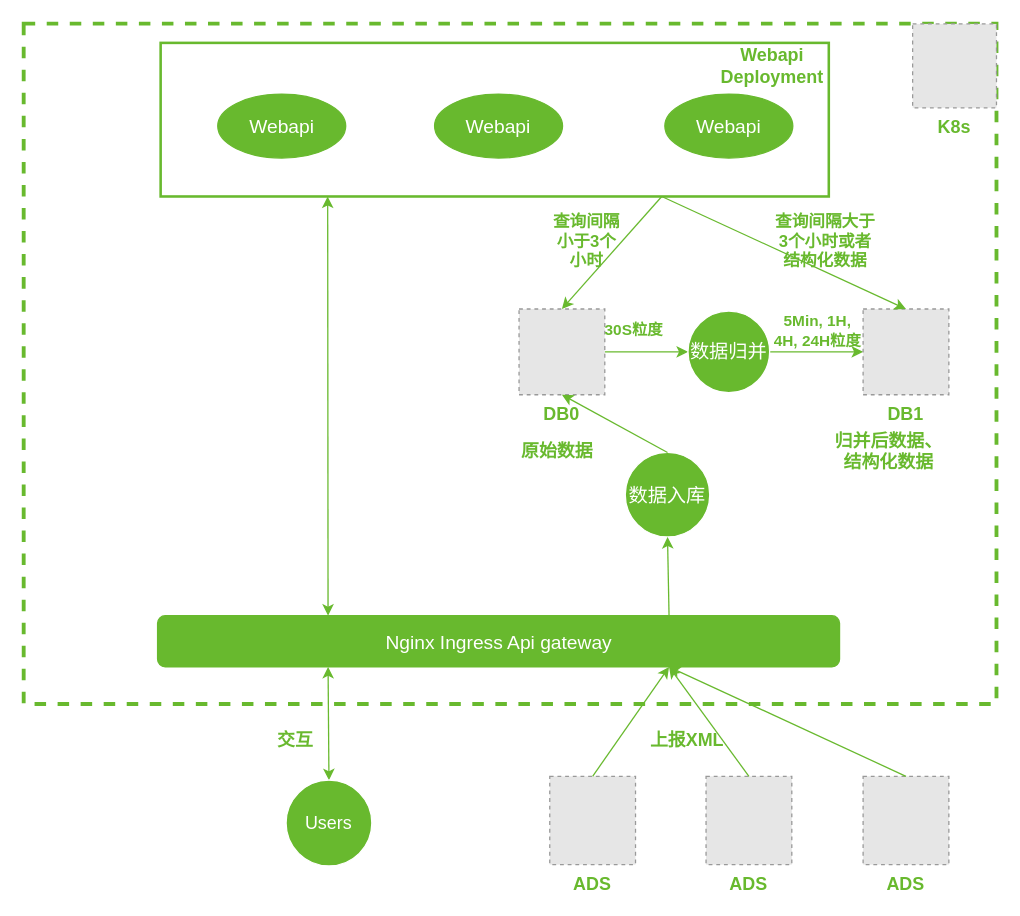
Above: arch.drawio in caihuayu0322/drawio-github (draw.io), before the change. Source tidied: cells renumbered, new cells numbered last; positions are measured from the earlier drawing's top-left corner, leaving out a move shared by most shapes. Both pictures are drawn from the tidied source at 128%, with x=0, y=0 at pixel (23, 23). Pictures stored in the file or linked from it are replaced by grey dashed boxes.
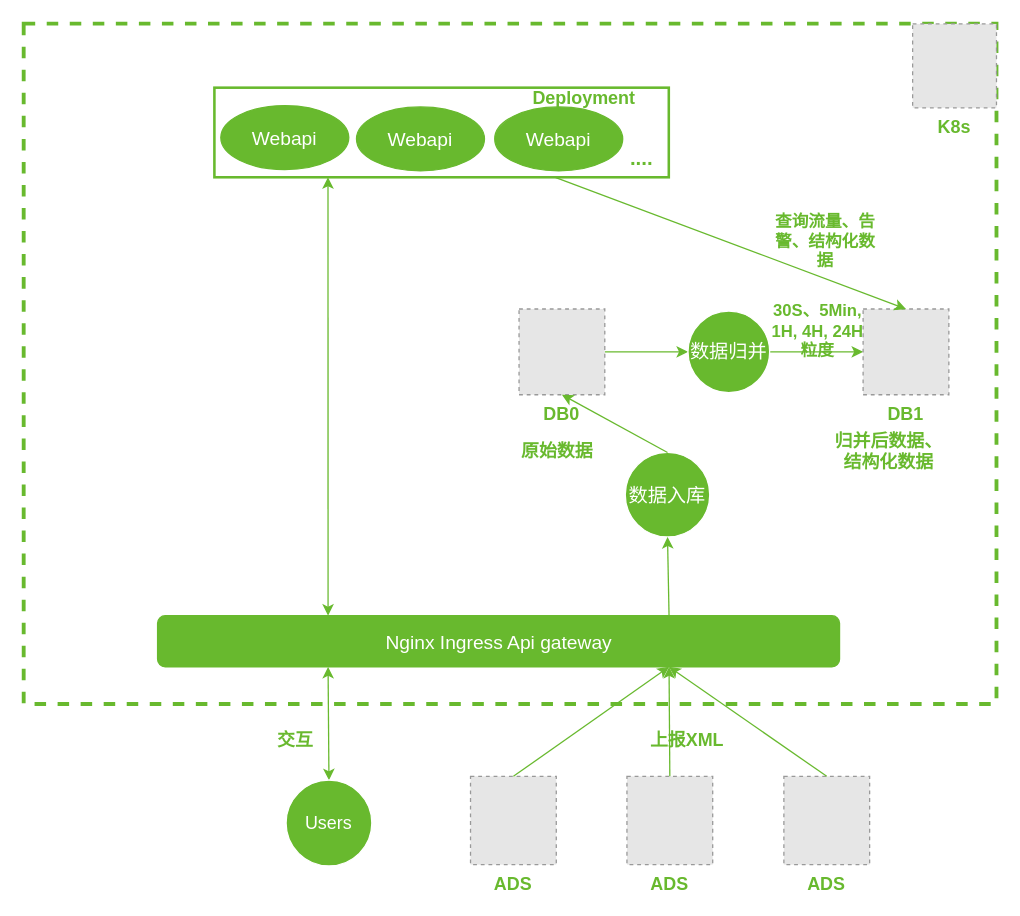
After the change.

Unchanged cells that the change refers to:
```xml
<mxCell id="15" value="DB0" style="fillColor=#E6E6E6;strokeColor=#999999;dashed=1;verticalLabelPosition=bottom;labelBackgroundColor=default;verticalAlign=top;fontColor=#68B92E;fontSize=14;fontStyle=1;" parent="1" vertex="1">
  <mxGeometry x="387" y="222.9" width="67" height="67" as="geometry" />
</mxCell>
```

The edit, as a diff of the source:
```diff
@@
     <mxCell id="3" style="rounded=0;whiteSpace=wrap;html=1;labelBackgroundColor=none;fontColor=#FFFFFF;strokeColor=#68B92E;fillColor=none;strokeWidth=2;" parent="1" vertex="1">
-      <mxGeometry x="107" y="15" width="522" height="120" as="geometry" />
+      <mxGeometry x="149" y="50" width="355" height="70" as="geometry" />
     </mxCell>
     <mxCell id="4" value="&lt;font style=&quot;font-size: 15px;&quot;&gt;Webapi&lt;/font&gt;" style="ellipse;whiteSpace=wrap;html=1;fillColor=#68B92E;strokeColor=#68B92E;fontColor=#FFFFFF;" parent="1" vertex="1">
-      <mxGeometry x="151.6" y="55" width="100" height="50" as="geometry" />
+      <mxGeometry x="154" y="64" width="100" height="50" as="geometry" />
     </mxCell>
@@
     <mxCell id="7" value="ADS" style="fillColor=#E6E6E6;strokeColor=#999999;dashed=1;verticalLabelPosition=bottom;labelBackgroundColor=default;verticalAlign=top;fontColor=#68B92E;fontStyle=1;fontSize=14;" parent="1" vertex="1">
-      <mxGeometry x="411" y="588" width="67" height="69" as="geometry" />
+      <mxGeometry x="349.1" y="588" width="67" height="69" as="geometry" />
     </mxCell>
     <mxCell id="8" value="ADS" style="fillColor=#E6E6E6;strokeColor=#999999;dashed=1;verticalLabelPosition=bottom;labelBackgroundColor=default;verticalAlign=top;fontColor=#68B92E;fontStyle=1;fontSize=14;" parent="1" vertex="1">
-      <mxGeometry x="533.1" y="588" width="67" height="69" as="geometry" />
+      <mxGeometry x="471.3" y="588" width="67" height="69" as="geometry" />
     </mxCell>
     <mxCell id="9" value="ADS" style="fillColor=#E6E6E6;strokeColor=#999999;dashed=1;verticalLabelPosition=bottom;labelBackgroundColor=default;verticalAlign=top;fontColor=#68B92E;fontStyle=1;fontSize=14;" parent="1" vertex="1">
-      <mxGeometry x="655.8" y="588" width="67" height="69" as="geometry" />
+      <mxGeometry x="593.9" y="588" width="67" height="69" as="geometry" />
     </mxCell>
@@
     <mxCell id="17" value="&lt;font style=&quot;font-size: 15px;&quot; color=&quot;#ffffff&quot;&gt;Webapi&lt;/font&gt;" style="ellipse;whiteSpace=wrap;html=1;fillColor=#68B92E;strokeColor=#68B92E;" parent="1" vertex="1">
-      <mxGeometry x="321" y="55" width="100" height="50" as="geometry" />
+      <mxGeometry x="260" y="65" width="100" height="50" as="geometry" />
     </mxCell>
     <mxCell id="18" value="&lt;font style=&quot;font-size: 15px;&quot; color=&quot;#ffffff&quot;&gt;Webapi&lt;/font&gt;" style="ellipse;whiteSpace=wrap;html=1;fillColor=#68B92E;strokeColor=#68B92E;" parent="1" vertex="1">
-      <mxGeometry x="500.9" y="55" width="100" height="50" as="geometry" />
+      <mxGeometry x="368" y="65" width="100" height="50" as="geometry" />
     </mxCell>
@@
-    <mxCell id="22" style="endArrow=classic;html=1;rounded=0;fontColor=#FFFFFF;exitX=0.75;exitY=1;exitDx=0;exitDy=0;entryX=0.5;entryY=0;entryDx=0;entryDy=0;strokeColor=#68B92E;" parent="1" edge="1" source="3" target="15">
-      <mxGeometry relative="1" as="geometry" />
-    </mxCell>
@@
-    <mxCell id="26" value="&lt;font size=&quot;1&quot; color=&quot;#68b92e&quot;&gt;&lt;b style=&quot;font-size: 13px;&quot;&gt;查询间隔小于3个小时&lt;/b&gt;&lt;/font&gt;" style="text;html=1;strokeColor=none;fillColor=none;align=center;verticalAlign=middle;whiteSpace=wrap;rounded=0;dashed=1;labelBackgroundColor=none;fontColor=#FFFFFF;" parent="1" vertex="1">
-      <mxGeometry x="410" y="155" width="60" height="30" as="geometry" />
-    </mxCell>
-    <mxCell id="27" value="&lt;b&gt;&lt;font style=&quot;font-size: 13px;&quot;&gt;查询间隔大于3个小时或者结构化数据&lt;/font&gt;&lt;/b&gt;" style="text;html=1;strokeColor=none;fillColor=none;align=center;verticalAlign=middle;whiteSpace=wrap;rounded=0;dashed=1;labelBackgroundColor=none;fontColor=#68B92E;" parent="1" vertex="1">
+    <mxCell id="27" value="&lt;b&gt;&lt;font style=&quot;font-size: 13px;&quot;&gt;查询流量、告警、结构化数据&lt;/font&gt;&lt;/b&gt;" style="text;html=1;strokeColor=none;fillColor=none;align=center;verticalAlign=middle;whiteSpace=wrap;rounded=0;dashed=1;labelBackgroundColor=none;fontColor=#68B92E;" parent="1" vertex="1">
       <mxGeometry x="582.8" y="155" width="87.2" height="30" as="geometry" />
     </mxCell>
-    <mxCell id="28" value="&lt;b style=&quot;font-size: 14px;&quot;&gt;Webapi&lt;br&gt;Deployment&lt;/b&gt;" style="text;html=1;strokeColor=none;fillColor=none;align=center;verticalAlign=middle;whiteSpace=wrap;rounded=0;labelBackgroundColor=none;fontColor=#68B92E;" parent="1" vertex="1">
-      <mxGeometry x="555" y="18" width="60" height="30" as="geometry" />
+    <mxCell id="28" value="&lt;b style=&quot;font-size: 14px;&quot;&gt;Deployment&lt;/b&gt;" style="text;html=1;strokeColor=none;fillColor=none;align=center;verticalAlign=middle;whiteSpace=wrap;rounded=0;labelBackgroundColor=none;fontColor=#68B92E;" parent="1" vertex="1">
+      <mxGeometry x="408" y="43" width="60" height="30" as="geometry" />
     </mxCell>
-    <mxCell id="29" value="&lt;b&gt;30S粒度&lt;/b&gt;" style="text;html=1;strokeColor=none;fillColor=none;align=center;verticalAlign=middle;whiteSpace=wrap;rounded=0;labelBackgroundColor=none;fontColor=#68B92E;" parent="1" vertex="1">
-      <mxGeometry x="447" y="225" width="60" height="30" as="geometry" />
-    </mxCell>
-    <mxCell id="30" value="&lt;b&gt;5Min, 1H, 4H, 24H粒度&lt;/b&gt;" style="text;html=1;strokeColor=none;fillColor=none;align=center;verticalAlign=middle;whiteSpace=wrap;rounded=0;labelBackgroundColor=none;fontColor=#68B92E;" parent="1" vertex="1">
+    <mxCell id="30" value="&lt;b&gt;&lt;font style=&quot;font-size: 13px;&quot;&gt;30S、5Min, 1H, 4H, 24H粒度&lt;/font&gt;&lt;/b&gt;" style="text;html=1;strokeColor=none;fillColor=none;align=center;verticalAlign=middle;whiteSpace=wrap;rounded=0;labelBackgroundColor=none;fontColor=#68B92E;" parent="1" vertex="1">
       <mxGeometry x="582.8" y="225" width="75.2" height="30" as="geometry" />
     </mxCell>
@@
+    <mxCell id="37" value="&lt;b&gt;&lt;font style=&quot;font-size: 16px;&quot; color=&quot;#68b92e&quot;&gt;....&lt;/font&gt;&lt;/b&gt;" style="text;html=1;strokeColor=none;fillColor=none;align=center;verticalAlign=middle;whiteSpace=wrap;rounded=0;fontSize=13;" parent="1" vertex="1">
+      <mxGeometry x="453" y="90" width="60" height="30" as="geometry" />
+    </mxCell>
```
